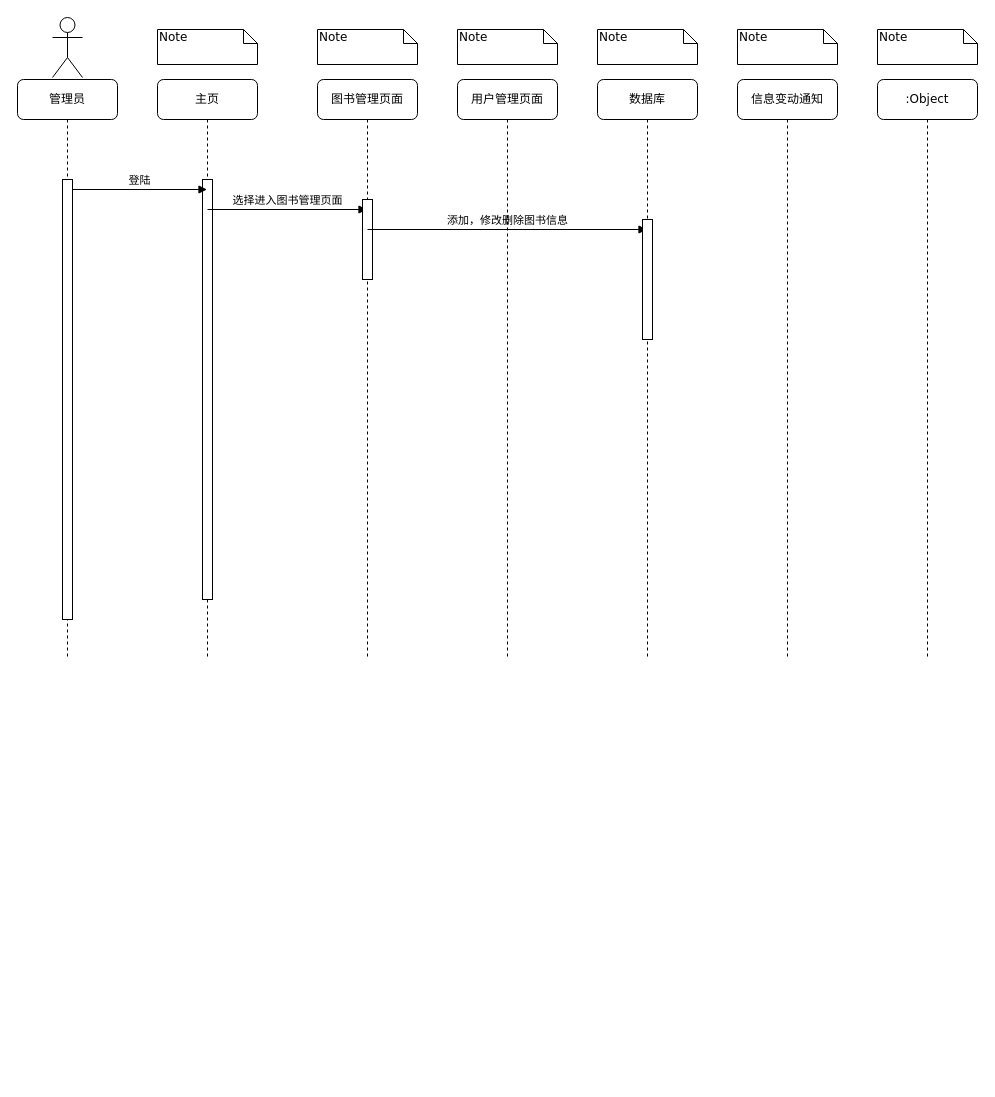
myjdml/drowio keeps this draw.io diagram as 软分课设/交互图.drawio. Above is the earlier version. Source tidied: cells renumbered, new cells numbered last; positions are measured from the earlier drawing's top-left corner, leaving out a move shared by most shapes. Both pictures are drawn from the tidied source at 100%, with x=0, y=0 at pixel (17, 17).
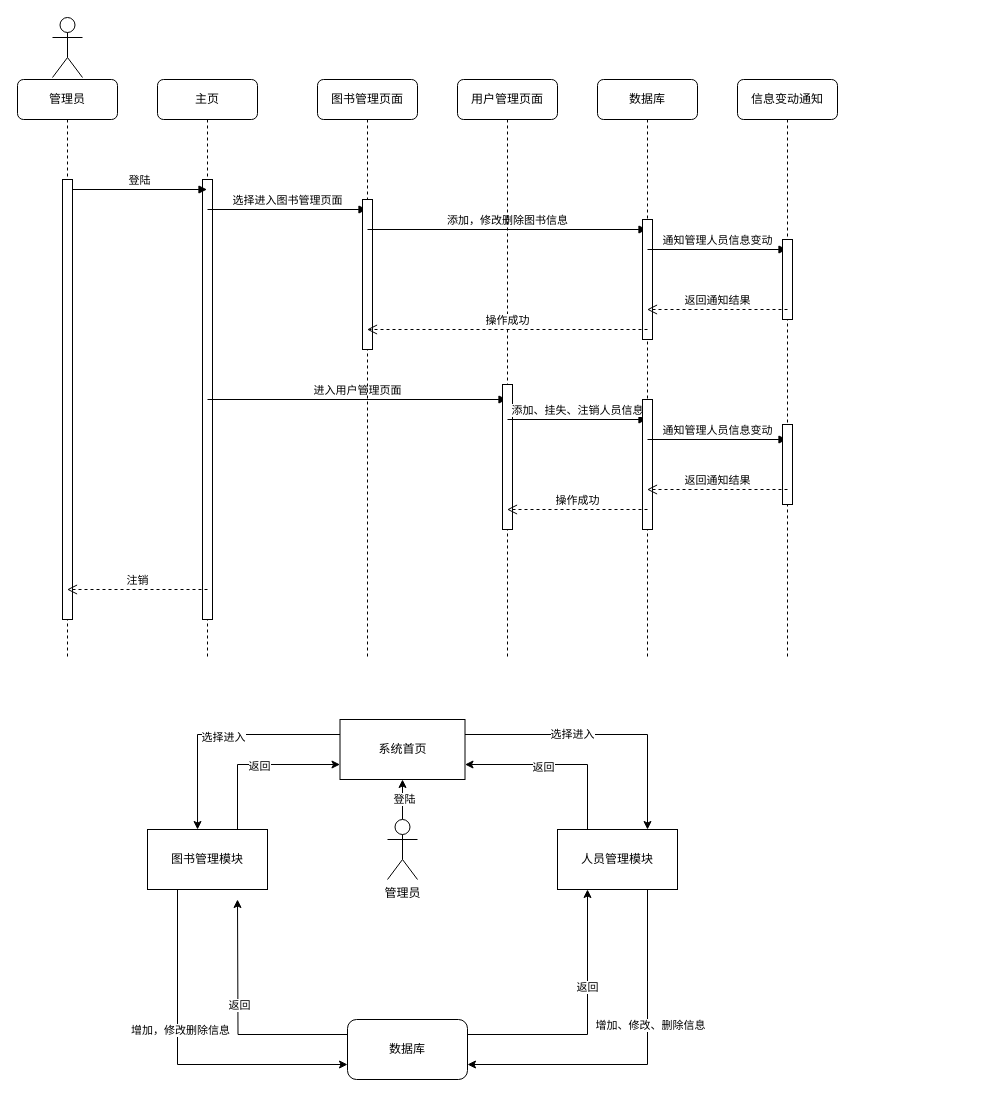
The same diagram, later.

Unchanged cells that the change refers to:
```xml
<mxCell id="2" value="主页" style="shape=umlLifeline;perimeter=lifelinePerimeter;whiteSpace=wrap;html=1;outlineConnect=0;rounded=1;shadow=0;comic=0;labelBackgroundColor=none;strokeWidth=1;fontFamily=Verdana;fontSize=12;align=center;" parent="1" vertex="1">
  <mxGeometry x="140" y="62" width="100" height="580" as="geometry" />
</mxCell>
<mxCell id="5" value="图书管理页面" style="shape=umlLifeline;perimeter=lifelinePerimeter;whiteSpace=wrap;html=1;outlineConnect=0;rounded=1;shadow=0;comic=0;labelBackgroundColor=none;strokeWidth=1;fontFamily=Verdana;fontSize=12;align=center;" parent="1" vertex="1">
  <mxGeometry x="300" y="62" width="100" height="580" as="geometry" />
</mxCell>
<mxCell id="8" value="用户管理页面" style="shape=umlLifeline;perimeter=lifelinePerimeter;whiteSpace=wrap;html=1;outlineConnect=0;rounded=1;shadow=0;comic=0;labelBackgroundColor=none;strokeWidth=1;fontFamily=Verdana;fontSize=12;align=center;" parent="1" vertex="1">
  <mxGeometry x="440" y="62" width="100" height="580" as="geometry" />
</mxCell>
<mxCell id="9" value="数据库" style="shape=umlLifeline;perimeter=lifelinePerimeter;whiteSpace=wrap;html=1;outlineConnect=0;rounded=1;shadow=0;comic=0;labelBackgroundColor=none;strokeWidth=1;fontFamily=Verdana;fontSize=12;align=center;" parent="1" vertex="1">
  <mxGeometry x="580" y="62" width="100" height="580" as="geometry" />
</mxCell>
<mxCell id="11" value="信息变动通知" style="shape=umlLifeline;perimeter=lifelinePerimeter;whiteSpace=wrap;html=1;outlineConnect=0;rounded=1;shadow=0;comic=0;labelBackgroundColor=none;strokeWidth=1;fontFamily=Verdana;fontSize=12;align=center;" parent="1" vertex="1">
  <mxGeometry x="720" y="62" width="100" height="580" as="geometry" />
</mxCell>
<mxCell id="13" value="管理员" style="shape=umlLifeline;perimeter=lifelinePerimeter;whiteSpace=wrap;html=1;outlineConnect=0;rounded=1;shadow=0;comic=0;labelBackgroundColor=none;strokeWidth=1;fontFamily=Verdana;fontSize=12;align=center;" parent="1" vertex="1">
  <mxGeometry y="62" width="100" height="580" as="geometry" />
</mxCell>
```

Diff of the diagram source:
```diff
@@
     <mxCell id="3" style="html=1;perimeter=orthogonalPerimeter;" parent="2" vertex="1">
-      <mxGeometry x="45" y="100" width="10" height="420" as="geometry" />
+      <mxGeometry x="45" y="100" width="10" height="440" as="geometry" />
     </mxCell>
@@
+    <mxCell id="23" value="进入用户管理页面" style="html=1;verticalAlign=bottom;endArrow=block;rounded=0;" parent="2" edge="1" target="8">
+      <mxGeometry relative="1" as="geometry">
+        <mxPoint x="50" y="320" as="sourcePoint" />
+      </mxGeometry>
+    </mxCell>
@@
     <mxCell id="6" style="html=1;perimeter=orthogonalPerimeter;" parent="5" vertex="1">
-      <mxGeometry x="45" y="120" width="10" height="80" as="geometry" />
+      <mxGeometry x="45" y="120" width="10" height="150" as="geometry" />
     </mxCell>
@@
+    <mxCell id="24" style="html=1;perimeter=orthogonalPerimeter;" parent="8" vertex="1">
+      <mxGeometry x="45" y="305" width="10" height="145" as="geometry" />
+    </mxCell>
+    <mxCell id="25" value="添加、挂失、注销人员信息" style="html=1;verticalAlign=bottom;endArrow=block;rounded=0;" parent="8" edge="1" target="9">
+      <mxGeometry relative="1" as="geometry">
+        <mxPoint x="50" y="340" as="sourcePoint" />
+      </mxGeometry>
+    </mxCell>
@@
+    <mxCell id="26" value="通知管理人员信息变动" style="html=1;verticalAlign=bottom;endArrow=block;rounded=0;" parent="9" edge="1" target="11">
+      <mxGeometry relative="1" as="geometry">
+        <mxPoint x="50" y="170" as="sourcePoint" />
+      </mxGeometry>
+    </mxCell>
+    <mxCell id="27" style="html=1;perimeter=orthogonalPerimeter;" parent="9" vertex="1">
+      <mxGeometry x="45" y="320" width="10" height="130" as="geometry" />
+    </mxCell>
+    <mxCell id="28" value="通知管理人员信息变动" style="html=1;verticalAlign=bottom;endArrow=block;rounded=0;" parent="9" edge="1" target="11">
+      <mxGeometry relative="1" as="geometry">
+        <mxPoint x="50" y="360" as="sourcePoint" />
+      </mxGeometry>
+    </mxCell>
@@
-    <mxCell id="12" value=":Object" style="shape=umlLifeline;perimeter=lifelinePerimeter;whiteSpace=wrap;html=1;rounded=1;shadow=0;comic=0;labelBackgroundColor=none;strokeWidth=1;fontFamily=Verdana;fontSize=12;align=center;" parent="1" vertex="1">
-      <mxGeometry x="860" y="62" width="100" height="580" as="geometry" />
-    </mxCell>
+    <mxCell id="29" style="html=1;perimeter=orthogonalPerimeter;" parent="11" vertex="1">
+      <mxGeometry x="45" y="160" width="10" height="80" as="geometry" />
+    </mxCell>
+    <mxCell id="30" style="html=1;perimeter=orthogonalPerimeter;" parent="11" vertex="1">
+      <mxGeometry x="45" y="345" width="10" height="80" as="geometry" />
+    </mxCell>
@@
-    <mxCell id="16" value="Note" style="shape=note;whiteSpace=wrap;html=1;size=14;verticalAlign=top;align=left;spacingTop=-6;rounded=0;shadow=0;comic=0;labelBackgroundColor=none;strokeWidth=1;fontFamily=Verdana;fontSize=12;" parent="1" vertex="1">
-      <mxGeometry x="140" y="12" width="100" height="35" as="geometry" />
-    </mxCell>
-    <mxCell id="17" value="Note" style="shape=note;whiteSpace=wrap;html=1;size=14;verticalAlign=top;align=left;spacingTop=-6;rounded=0;shadow=0;comic=0;labelBackgroundColor=none;strokeWidth=1;fontFamily=Verdana;fontSize=12;" parent="1" vertex="1">
-      <mxGeometry x="300" y="12" width="100" height="35" as="geometry" />
-    </mxCell>
-    <mxCell id="18" value="Note" style="shape=note;whiteSpace=wrap;html=1;size=14;verticalAlign=top;align=left;spacingTop=-6;rounded=0;shadow=0;comic=0;labelBackgroundColor=none;strokeWidth=1;fontFamily=Verdana;fontSize=12;" parent="1" vertex="1">
-      <mxGeometry x="440" y="12" width="100" height="35" as="geometry" />
-    </mxCell>
-    <mxCell id="19" value="Note" style="shape=note;whiteSpace=wrap;html=1;size=14;verticalAlign=top;align=left;spacingTop=-6;rounded=0;shadow=0;comic=0;labelBackgroundColor=none;strokeWidth=1;fontFamily=Verdana;fontSize=12;" parent="1" vertex="1">
-      <mxGeometry x="580" y="12" width="100" height="35" as="geometry" />
-    </mxCell>
-    <mxCell id="20" value="Note" style="shape=note;whiteSpace=wrap;html=1;size=14;verticalAlign=top;align=left;spacingTop=-6;rounded=0;shadow=0;comic=0;labelBackgroundColor=none;strokeWidth=1;fontFamily=Verdana;fontSize=12;" parent="1" vertex="1">
-      <mxGeometry x="720" y="12" width="100" height="35" as="geometry" />
-    </mxCell>
-    <mxCell id="21" value="Note" style="shape=note;whiteSpace=wrap;html=1;size=14;verticalAlign=top;align=left;spacingTop=-6;rounded=0;shadow=0;comic=0;labelBackgroundColor=none;strokeWidth=1;fontFamily=Verdana;fontSize=12;" parent="1" vertex="1">
-      <mxGeometry x="860" y="12" width="100" height="35" as="geometry" />
-    </mxCell>
@@
+    <mxCell id="31" value="返回通知结果" style="html=1;verticalAlign=bottom;endArrow=open;dashed=1;endSize=8;rounded=0;" parent="1" edge="1" target="9">
+      <mxGeometry relative="1" as="geometry">
+        <mxPoint x="770" y="292" as="sourcePoint" />
+      </mxGeometry>
+    </mxCell>
+    <mxCell id="32" value="操作成功" style="html=1;verticalAlign=bottom;endArrow=open;dashed=1;endSize=8;rounded=0;" parent="1" edge="1" target="5">
+      <mxGeometry relative="1" as="geometry">
+        <mxPoint x="630" y="312" as="sourcePoint" />
+      </mxGeometry>
+    </mxCell>
+    <mxCell id="33" value="返回通知结果" style="html=1;verticalAlign=bottom;endArrow=open;dashed=1;endSize=8;rounded=0;" parent="1" edge="1" target="9">
+      <mxGeometry relative="1" as="geometry">
+        <mxPoint x="770" y="472" as="sourcePoint" />
+      </mxGeometry>
+    </mxCell>
+    <mxCell id="34" value="操作成功" style="html=1;verticalAlign=bottom;endArrow=open;dashed=1;endSize=8;rounded=0;" parent="1" edge="1" target="8">
+      <mxGeometry relative="1" as="geometry">
+        <mxPoint x="630" y="492" as="sourcePoint" />
+      </mxGeometry>
+    </mxCell>
+    <mxCell id="35" value="注销" style="html=1;verticalAlign=bottom;endArrow=open;dashed=1;endSize=8;rounded=0;" parent="1" edge="1" target="13">
+      <mxGeometry relative="1" as="geometry">
+        <mxPoint x="190" y="572" as="sourcePoint" />
+      </mxGeometry>
+    </mxCell>
+    <mxCell id="36" style="edgeStyle=orthogonalEdgeStyle;rounded=0;jettySize=auto;html=1;" parent="1" edge="1" source="38" target="58">
+      <mxGeometry relative="1" as="geometry" />
+    </mxCell>
+    <mxCell id="37" value="登陆" style="edgeLabel;html=1;align=center;verticalAlign=middle;" parent="36" vertex="1">
+      <mxGeometry x="0.05" y="-1" relative="1" as="geometry" />
+    </mxCell>
+    <mxCell id="38" value="管理员" style="shape=umlActor;verticalLabelPosition=bottom;verticalAlign=top;html=1;" parent="1" vertex="1">
+      <mxGeometry x="370" y="802" width="30" height="60" as="geometry" />
+    </mxCell>
+    <mxCell id="39" style="edgeStyle=orthogonalEdgeStyle;rounded=0;jettySize=auto;html=1;exitX=0.25;exitY=1;exitDx=0;exitDy=0;entryX=0;entryY=0.75;entryDx=0;entryDy=0;" parent="1" edge="1" source="43" target="53">
+      <mxGeometry relative="1" as="geometry" />
+    </mxCell>
+    <mxCell id="40" value="增加，修改删除信息" style="edgeLabel;html=1;align=center;verticalAlign=middle;" parent="39" vertex="1">
+      <mxGeometry x="-0.19" y="2" relative="1" as="geometry" />
+    </mxCell>
+    <mxCell id="41" style="edgeStyle=orthogonalEdgeStyle;rounded=0;jettySize=auto;html=1;exitX=0.75;exitY=0;exitDx=0;exitDy=0;entryX=0;entryY=0.75;entryDx=0;entryDy=0;" parent="1" edge="1" source="43" target="58">
+      <mxGeometry relative="1" as="geometry" />
+    </mxCell>
+    <mxCell id="42" value="返回" style="edgeLabel;html=1;align=center;verticalAlign=middle;" parent="41" vertex="1">
+      <mxGeometry x="0.03" y="-1" relative="1" as="geometry" />
+    </mxCell>
+    <mxCell id="43" value="图书管理模块" style="rounded=0;whiteSpace=wrap;html=1;" parent="1" vertex="1">
+      <mxGeometry x="130" y="812" width="120" height="60" as="geometry" />
+    </mxCell>
+    <mxCell id="44" style="edgeStyle=orthogonalEdgeStyle;rounded=0;jettySize=auto;html=1;exitX=0.25;exitY=0;exitDx=0;exitDy=0;entryX=1;entryY=0.75;entryDx=0;entryDy=0;" parent="1" edge="1" source="48" target="58">
+      <mxGeometry relative="1" as="geometry" />
+    </mxCell>
+    <mxCell id="45" value="返回" style="edgeLabel;html=1;align=center;verticalAlign=middle;" parent="44" vertex="1">
+      <mxGeometry x="0.17" y="2" relative="1" as="geometry" />
+    </mxCell>
+    <mxCell id="46" style="edgeStyle=orthogonalEdgeStyle;rounded=0;jettySize=auto;html=1;exitX=0.75;exitY=1;exitDx=0;exitDy=0;entryX=1;entryY=0.75;entryDx=0;entryDy=0;" parent="1" edge="1" source="48" target="53">
+      <mxGeometry relative="1" as="geometry" />
+    </mxCell>
+    <mxCell id="47" value="增加、修改、删除信息" style="edgeLabel;html=1;align=center;verticalAlign=middle;" parent="46" vertex="1">
+      <mxGeometry x="-0.24" y="2" relative="1" as="geometry" />
+    </mxCell>
+    <mxCell id="48" value="人员管理模块" style="rounded=0;whiteSpace=wrap;html=1;" parent="1" vertex="1">
+      <mxGeometry x="540" y="812" width="120" height="60" as="geometry" />
+    </mxCell>
+    <mxCell id="49" style="edgeStyle=orthogonalEdgeStyle;rounded=0;jettySize=auto;html=1;exitX=0;exitY=0.25;exitDx=0;exitDy=0;" parent="1" edge="1" source="53">
+      <mxGeometry relative="1" as="geometry">
+        <mxPoint x="220" y="882" as="targetPoint" />
+      </mxGeometry>
+    </mxCell>
+    <mxCell id="50" value="返回" style="edgeLabel;html=1;align=center;verticalAlign=middle;" parent="49" vertex="1">
+      <mxGeometry x="0.14" y="-1" relative="1" as="geometry" />
+    </mxCell>
+    <mxCell id="51" style="edgeStyle=orthogonalEdgeStyle;rounded=0;jettySize=auto;html=1;exitX=1;exitY=0.25;exitDx=0;exitDy=0;entryX=0.25;entryY=1;entryDx=0;entryDy=0;" parent="1" edge="1" source="53" target="48">
+      <mxGeometry relative="1" as="geometry" />
+    </mxCell>
+    <mxCell id="52" value="返回" style="edgeLabel;html=1;align=center;verticalAlign=middle;" parent="51" vertex="1">
+      <mxGeometry x="0.27" y="1" relative="1" as="geometry" />
+    </mxCell>
+    <mxCell id="53" value="数据库" style="rounded=1;whiteSpace=wrap;html=1;" parent="1" vertex="1">
+      <mxGeometry x="330" y="1002" width="120" height="60" as="geometry" />
+    </mxCell>
+    <mxCell id="54" style="edgeStyle=orthogonalEdgeStyle;rounded=0;jettySize=auto;html=1;exitX=0;exitY=0.25;exitDx=0;exitDy=0;entryX=0.417;entryY=0;entryDx=0;entryDy=0;entryPerimeter=0;" parent="1" edge="1" source="58" target="43">
+      <mxGeometry relative="1" as="geometry" />
+    </mxCell>
+    <mxCell id="55" value="选择进入" style="edgeLabel;html=1;align=center;verticalAlign=middle;" parent="54" vertex="1">
+      <mxGeometry x="-0.01" y="2" relative="1" as="geometry">
+        <mxPoint x="1" as="offset" />
+      </mxGeometry>
+    </mxCell>
+    <mxCell id="56" style="edgeStyle=orthogonalEdgeStyle;rounded=0;jettySize=auto;html=1;exitX=1;exitY=0.25;exitDx=0;exitDy=0;entryX=0.75;entryY=0;entryDx=0;entryDy=0;" parent="1" edge="1" source="58" target="48">
+      <mxGeometry relative="1" as="geometry" />
+    </mxCell>
+    <mxCell id="57" value="选择进入" style="edgeLabel;html=1;align=center;verticalAlign=middle;" parent="56" vertex="1">
+      <mxGeometry x="-0.23" y="1" relative="1" as="geometry" />
+    </mxCell>
+    <mxCell id="58" value="系统首页" style="rounded=0;whiteSpace=wrap;html=1;" parent="1" vertex="1">
+      <mxGeometry x="322.5" y="702" width="125" height="60" as="geometry" />
+    </mxCell>
```
